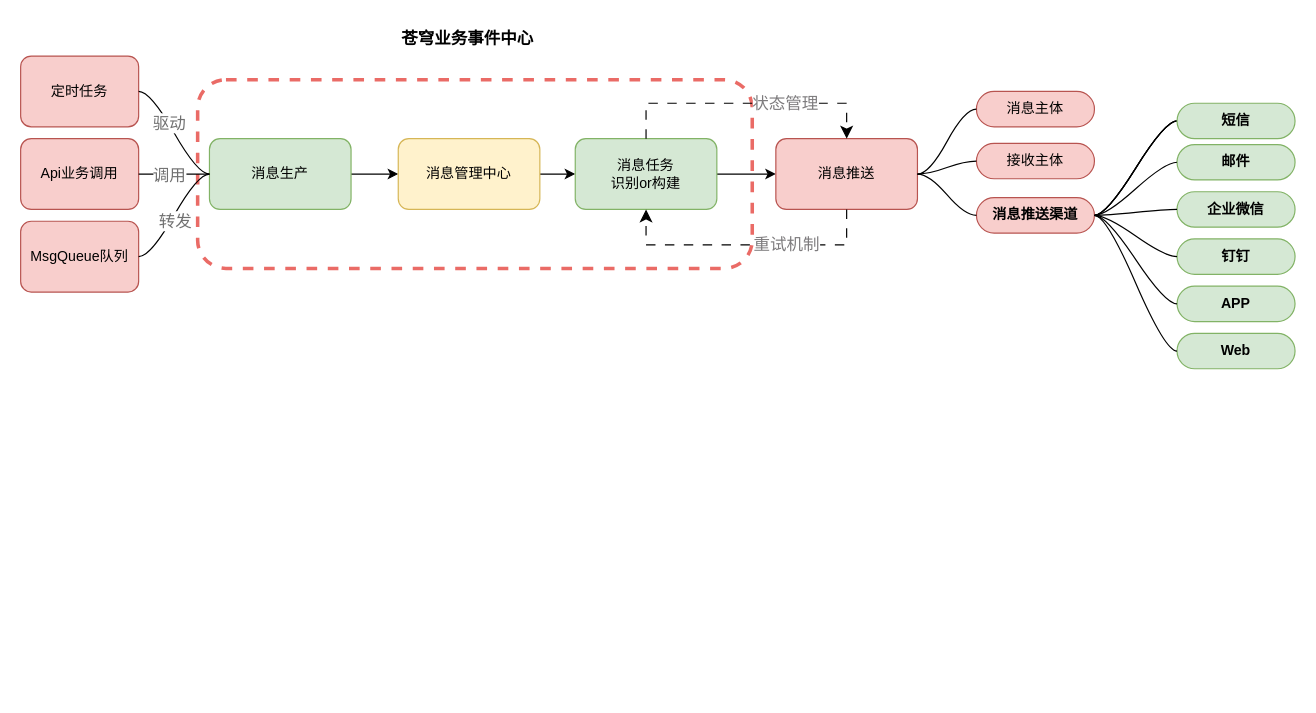
Earlier version of the draw.io diagram 星辰消息中心.drawio (Mark-LoveFootball/mind). Source tidied: cells renumbered, new cells numbered last; positions are measured from the earlier drawing's top-left corner, leaving out a move shared by most shapes. Both pictures are drawn from the tidied source at 118%, with x=0, y=0 at pixel (20, 20).
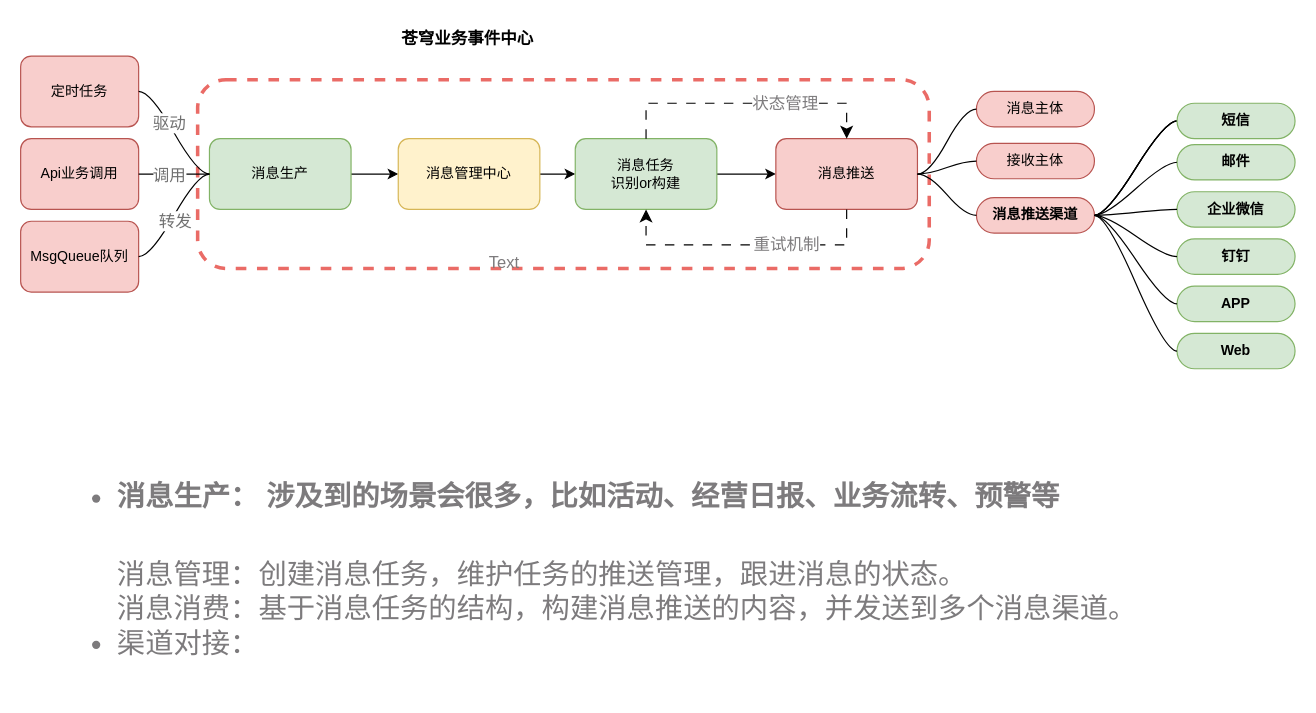
The same diagram, later.

Commit message:
更新星辰消息中心.drawio

What changed in the source:
```diff
@@
     <mxCell id="2" style="rounded=1;whiteSpace=wrap;html=1;dashed=1;fillColor=none;strokeColor=#EA6B66;strokeWidth=3;" parent="1" vertex="1">
-      <mxGeometry x="150" y="50" width="470" height="160" as="geometry" />
+      <mxGeometry x="150" y="50" width="620" height="160" as="geometry" />
     </mxCell>
@@
+    <mxCell id="44" value="Text" style="text;html=1;strokeColor=none;fillColor=none;align=center;verticalAlign=middle;whiteSpace=wrap;rounded=0;fontSize=14;fontColor=#7D7B7D;" parent="1" vertex="1">
+      <mxGeometry x="380" y="190" width="60" height="30" as="geometry" />
+    </mxCell>
+    <mxCell id="45" value="&lt;ul style=&quot;font-size: 24px;&quot;&gt;&lt;li&gt;&lt;h1 style=&quot;border-color: var(--border-color);&quot;&gt;&lt;font style=&quot;border-color: var(--border-color); font-size: 24px;&quot;&gt;消息生产： 涉及到的场景会很多，比如活动、经营日报、业务流转、预警等&lt;/font&gt;&lt;/h1&gt;&lt;div style=&quot;border-color: var(--border-color);&quot;&gt;消息管理：创建消息任务，维护任务的推送管理，跟进消息的状态。&lt;br style=&quot;border-color: var(--border-color);&quot;&gt;&lt;/div&gt;&lt;span style=&quot;&quot;&gt;消息消费：基于消息任务的结构，构建消息推送的内容，并发送到多个消息渠道。&lt;/span&gt;&lt;br&gt;&lt;/li&gt;&lt;li&gt;渠道对接：&lt;/li&gt;&lt;/ul&gt;" style="text;strokeColor=none;fillColor=none;html=1;whiteSpace=wrap;verticalAlign=middle;overflow=hidden;fontSize=16;fontColor=#7D7B7D;" parent="1" vertex="1">
+      <mxGeometry x="40" y="330" width="970" height="240" as="geometry" />
+    </mxCell>
```
